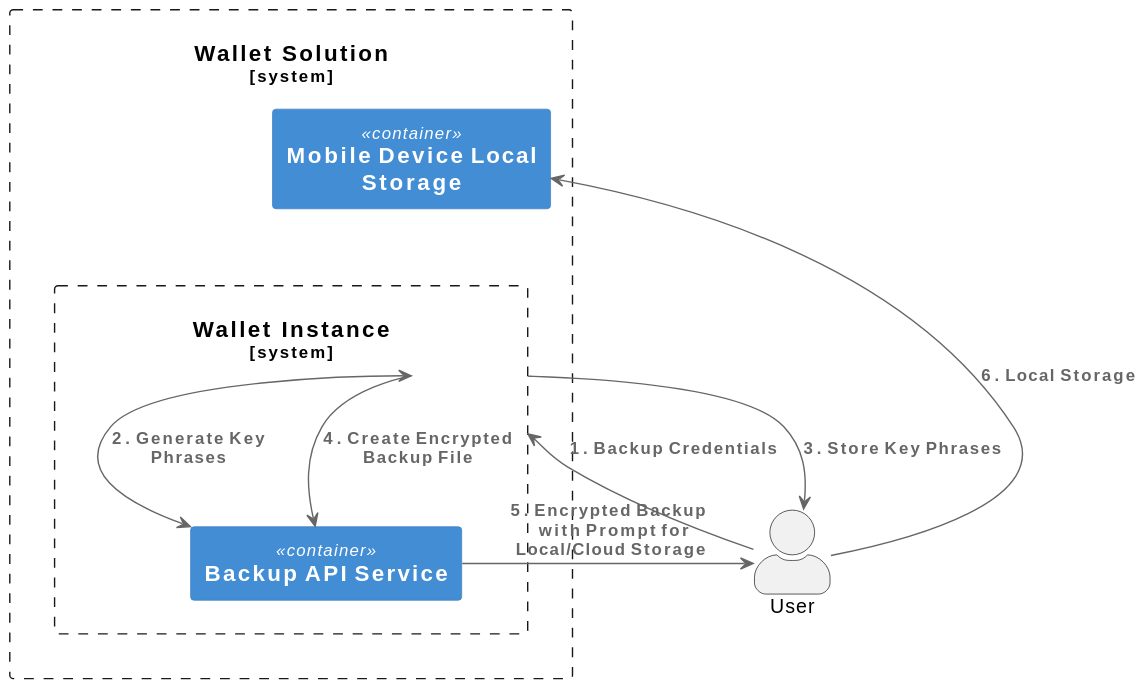
asharif1990/eudi-wallet-it-docs keeps this PlantUML diagram as images/Backup_flow.svg. Above is the earlier version. Its diagram source:
```plantuml
@startuml
!include https://raw.githubusercontent.com/plantuml-stdlib/C4-PlantUML/master/C4_Container.puml

actor User as "User"

System_Boundary(walletSolution, "Wallet Solution") {
    System_Boundary(walletInstance, "Wallet Instance") {
        Container(backupApiService, "Backup API Service")
    }

    Container(mobileStorage, "Mobile Device Local Storage") {
    }
}

mobileStorage -[hidden]-> walletInstance

User --> walletInstance : "<b>1. Backup Credentials</b>"
walletInstance <--> backupApiService: "<b>2. Generate Key Phrases</b>"
walletInstance --> User: "<b>3. Store Key Phrases</b>"
walletInstance --> backupApiService: "<b>4. Create Encrypted Backup File</b>"
backupApiService --> User: "<b>5. Encrypted Backup </b> \n <b> with Prompt for </b> \n <b>Local/Cloud Storage</b>"
User --> mobileStorage : "<b>6. Local Storage</b>"
@enduml
```
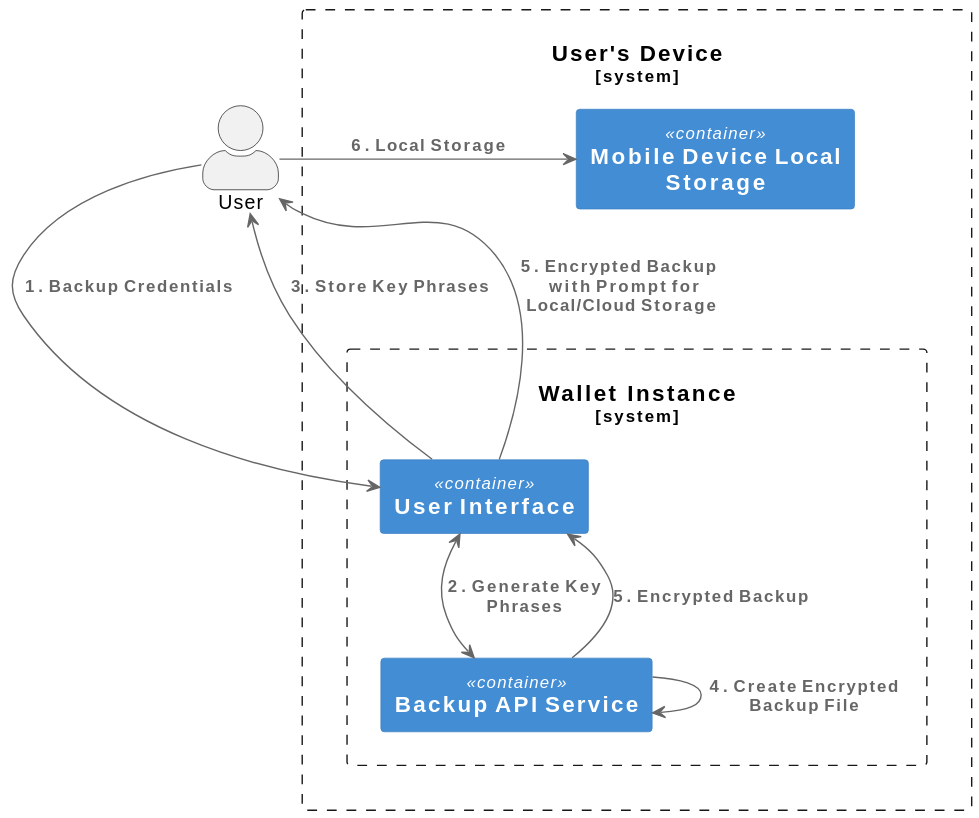
The same diagram one commit later.

What changed in the source:
```diff
@@ -3,21 +3,22 @@
 
 actor User as "User"
 
-System_Boundary(walletSolution, "Wallet Solution") {
+System_Boundary(walletSolution, "User's Device") {
     System_Boundary(walletInstance, "Wallet Instance") {
+        Container(ui, "User Interface")
         Container(backupApiService, "Backup API Service")
     }
-
     Container(mobileStorage, "Mobile Device Local Storage") {
     }
 }
 
 mobileStorage -[hidden]-> walletInstance
 
-User --> walletInstance : "<b>1. Backup Credentials</b>"
-walletInstance <--> backupApiService: "<b>2. Generate Key Phrases</b>"
-walletInstance --> User: "<b>3. Store Key Phrases</b>"
-walletInstance --> backupApiService: "<b>4. Create Encrypted Backup File</b>"
-backupApiService --> User: "<b>5. Encrypted Backup </b> \n <b> with Prompt for </b> \n <b>Local/Cloud Storage</b>"
+User --> ui : "<b>1. Backup Credentials</b>"
+ui <--> backupApiService: "<b>2. Generate Key Phrases</b>"
+ui --> User: "<b>3. Store Key Phrases</b>"
+backupApiService --> backupApiService: "<b>4. Create Encrypted Backup File</b>"
+backupApiService --> ui: "<b>5. Encrypted Backup </b>"
+ui --> User: "<b>5. Encrypted Backup </b> \n <b> with Prompt for </b> \n <b>Local/Cloud Storage</b>"
 User --> mobileStorage : "<b>6. Local Storage</b>"
 @enduml
```
